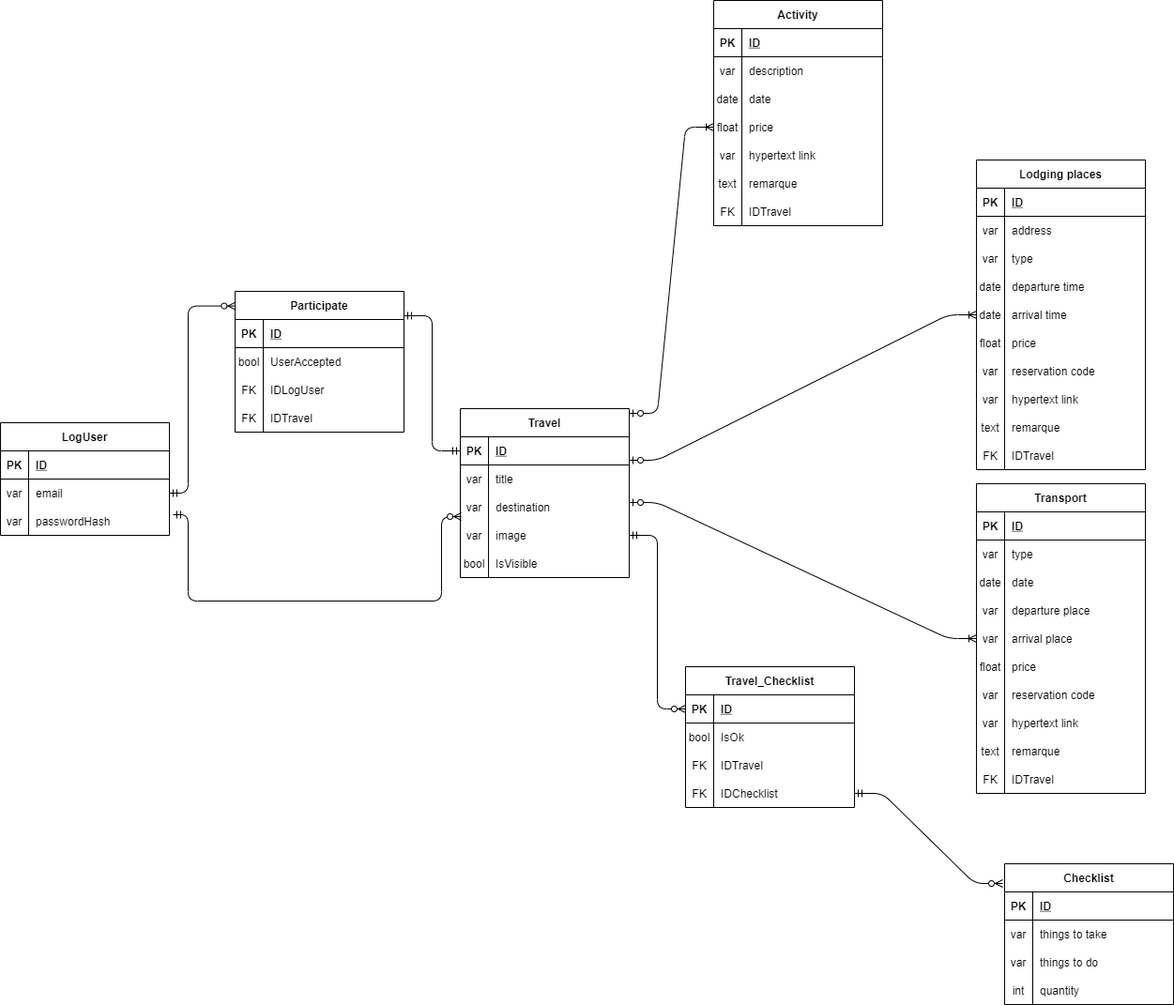
This is MCD-MLD/MLD.png from keanutrosset/HotelplanEnMieux, a draw.io export, as it was before one commit. Source tidied: cells renumbered, new cells last; positions are measured from the earlier drawing's top-left corner, leaving out a move shared by most shapes.
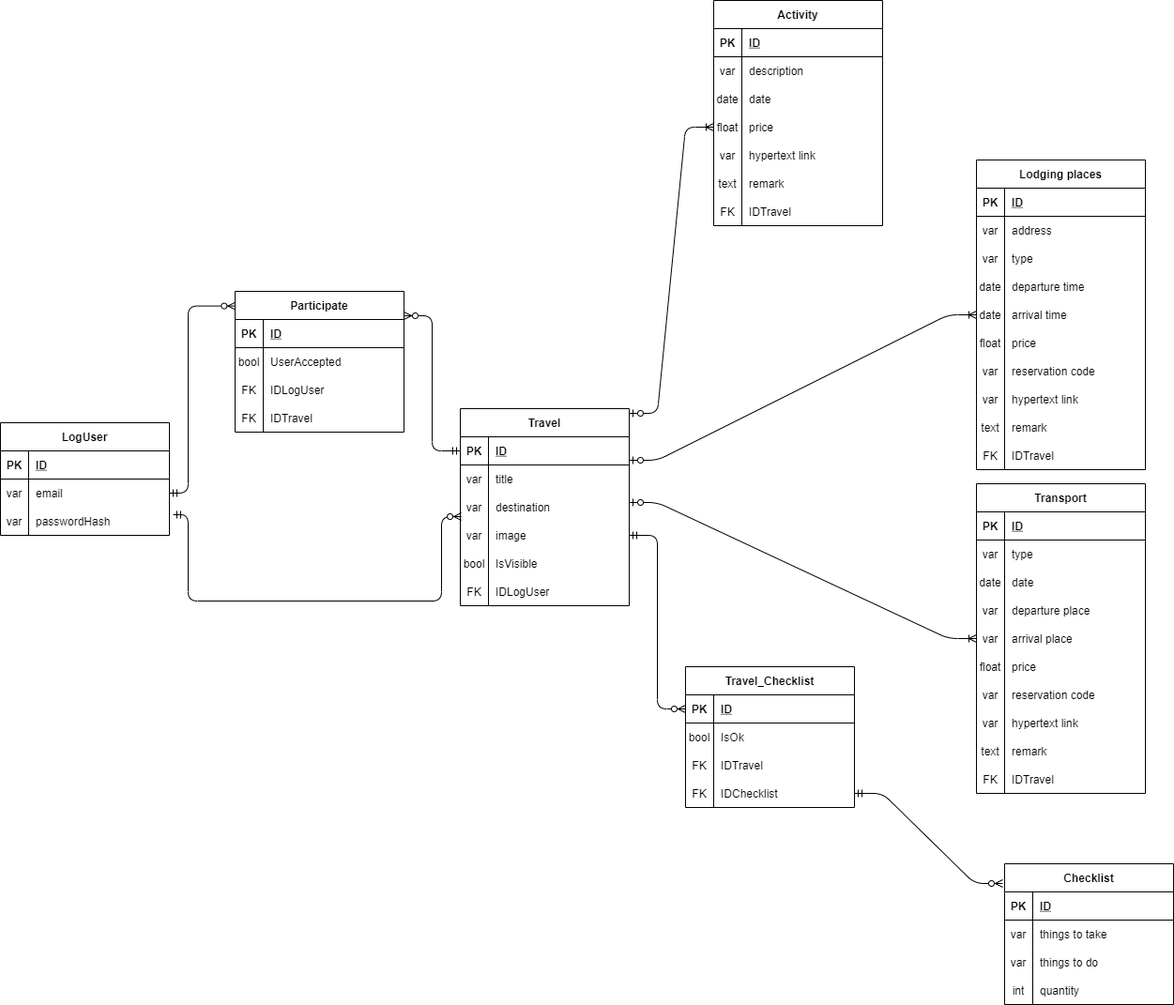
Above is the later version.

Diff of the diagram source:
```diff
@@ -33,7 +33,7 @@
       <mxGeometry x="30" width="150" height="30" as="geometry" />
     </mxCell>
     <mxCell id="12" value="Travel" style="shape=table;startSize=30;rowLines=0;fontStyle=1;align=center;" parent="1" vertex="1">
-      <mxGeometry x="490" y="435" width="180" height="180" as="geometry" />
+      <mxGeometry x="490" y="435" width="180" height="210" as="geometry" />
     </mxCell>
     <mxCell id="13" style="shape=partialRectangle;fillColor=none;top=0;left=0;bottom=1;right=0;points=[[0,0.5],[1,0.5]];portConstraint=eastwest;" parent="12" vertex="1">
       <mxGeometry y="30" width="180" height="30" as="geometry" />
@@ -80,6 +80,15 @@
     <mxCell id="27" value="IsVisible" style="shape=partialRectangle;fillColor=none;top=0;left=0;bottom=0;right=0;align=left;spacingLeft=6;overflow=hidden;" parent="25" vertex="1">
       <mxGeometry x="30" width="150" height="30" as="geometry" />
     </mxCell>
+    <mxCell id="159" style="shape=partialRectangle;fillColor=none;top=0;left=0;bottom=0;right=0;" parent="12" vertex="1">
+      <mxGeometry y="180" width="180" height="30" as="geometry" />
+    </mxCell>
+    <mxCell id="160" value="FK" style="shape=partialRectangle;fillColor=none;top=0;left=0;bottom=0;right=0;overflow=hidden;" parent="159" vertex="1">
+      <mxGeometry width="30" height="30" as="geometry" />
+    </mxCell>
+    <mxCell id="161" value="IDLogUser" style="shape=partialRectangle;fillColor=none;top=0;left=0;bottom=0;right=0;align=left;spacingLeft=6;overflow=hidden;" parent="159" vertex="1">
+      <mxGeometry x="30" width="150" height="30" as="geometry" />
+    </mxCell>
     <mxCell id="28" value="Transport" style="shape=table;startSize=30;rowLines=0;fontStyle=1;align=center;" parent="1" vertex="1">
       <mxGeometry x="1040" y="515" width="180" height="330" as="geometry" />
     </mxCell>
@@ -161,7 +170,7 @@
     <mxCell id="54" value="text" style="shape=partialRectangle;fillColor=none;top=0;left=0;bottom=0;right=0;overflow=hidden;" parent="53" vertex="1">
       <mxGeometry width="30" height="30" as="geometry" />
     </mxCell>
-    <mxCell id="55" value="remarque" style="shape=partialRectangle;fillColor=none;top=0;left=0;bottom=0;right=0;align=left;spacingLeft=6;overflow=hidden;" parent="53" vertex="1">
+    <mxCell id="55" value="remark" style="shape=partialRectangle;fillColor=none;top=0;left=0;bottom=0;right=0;align=left;spacingLeft=6;overflow=hidden;" parent="53" vertex="1">
       <mxGeometry x="30" width="150" height="30" as="geometry" />
     </mxCell>
     <mxCell id="56" style="shape=partialRectangle;fillColor=none;top=0;left=0;bottom=0;right=0;" parent="28" vertex="1">
@@ -254,7 +263,7 @@
     <mxCell id="85" value="text" style="shape=partialRectangle;fillColor=none;top=0;left=0;bottom=0;right=0;overflow=hidden;" parent="84" vertex="1">
       <mxGeometry width="30" height="30" as="geometry" />
     </mxCell>
-    <mxCell id="86" value="remarque" style="shape=partialRectangle;fillColor=none;top=0;left=0;bottom=0;right=0;align=left;spacingLeft=6;overflow=hidden;" parent="84" vertex="1">
+    <mxCell id="86" value="remark" style="shape=partialRectangle;fillColor=none;top=0;left=0;bottom=0;right=0;align=left;spacingLeft=6;overflow=hidden;" parent="84" vertex="1">
       <mxGeometry x="30" width="150" height="30" as="geometry" />
     </mxCell>
     <mxCell id="87" style="shape=partialRectangle;fillColor=none;top=0;left=0;bottom=0;right=0;" parent="59" vertex="1">
@@ -320,7 +329,7 @@
     <mxCell id="107" value="text" style="shape=partialRectangle;fillColor=none;top=0;left=0;bottom=0;right=0;overflow=hidden;" parent="106" vertex="1">
       <mxGeometry width="30" height="30" as="geometry" />
     </mxCell>
-    <mxCell id="108" value="remarque" style="shape=partialRectangle;fillColor=none;top=0;left=0;bottom=0;right=0;align=left;spacingLeft=6;overflow=hidden;" parent="106" vertex="1">
+    <mxCell id="108" value="remark" style="shape=partialRectangle;fillColor=none;top=0;left=0;bottom=0;right=0;align=left;spacingLeft=6;overflow=hidden;" parent="106" vertex="1">
       <mxGeometry x="30" width="150" height="30" as="geometry" />
     </mxCell>
     <mxCell id="109" style="shape=partialRectangle;fillColor=none;top=0;left=0;bottom=0;right=0;" parent="90" vertex="1">
@@ -488,7 +497,7 @@
     <mxCell id="157" style="edgeStyle=entityRelationEdgeStyle;fontSize=12;html=1;endArrow=ERmandOne;startArrow=ERzeroToMany;entryX=1;entryY=0.5;entryDx=0;entryDy=0;exitX=-0.011;exitY=0.14;exitDx=0;exitDy=0;startFill=1;exitPerimeter=0;endFill=0;" parent="1" edge="1" source="112" target="141">
       <mxGeometry relative="1" as="geometry" />
     </mxCell>
-    <mxCell id="158" style="edgeStyle=orthogonalEdgeStyle;fontSize=12;html=1;endArrow=ERmandOne;startArrow=ERmandOne;exitX=0;exitY=0.5;exitDx=0;exitDy=0;entryX=1;entryY=0.173;entryDx=0;entryDy=0;endFill=0;entryPerimeter=0;startFill=0;" parent="1" edge="1" source="13" target="144">
+    <mxCell id="158" style="edgeStyle=orthogonalEdgeStyle;fontSize=12;html=1;endArrow=ERzeroToMany;startArrow=ERmandOne;exitX=0;exitY=0.5;exitDx=0;exitDy=0;entryX=1;entryY=0.173;entryDx=0;entryDy=0;endFill=1;entryPerimeter=0;startFill=0;" parent="1" edge="1" source="13" target="144">
       <mxGeometry relative="1" as="geometry">
         <Array as="points">
           <mxPoint x="460" y="480" />
```
